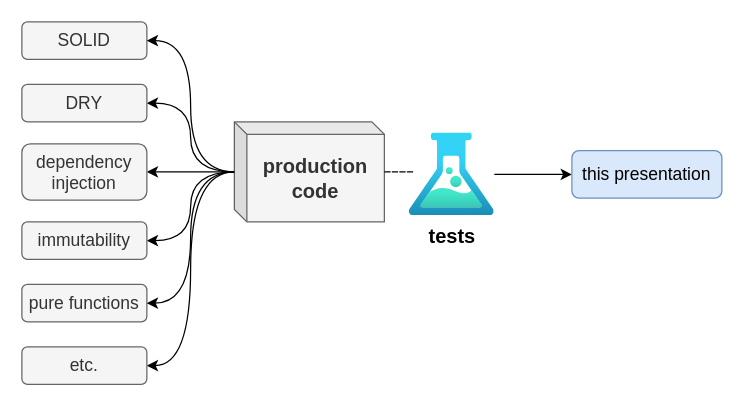
The draw.io diagram src/diagrams.drawio in cvmocanu/clean-tests-presentation, before the edit. Source tidied: cells renumbered, new cells numbered last; positions are measured from the earlier drawing's top-left corner, leaving out a move shared by most shapes. Both pictures are drawn from the tidied source at 125%, with x=0, y=0 at pixel (21, 21).
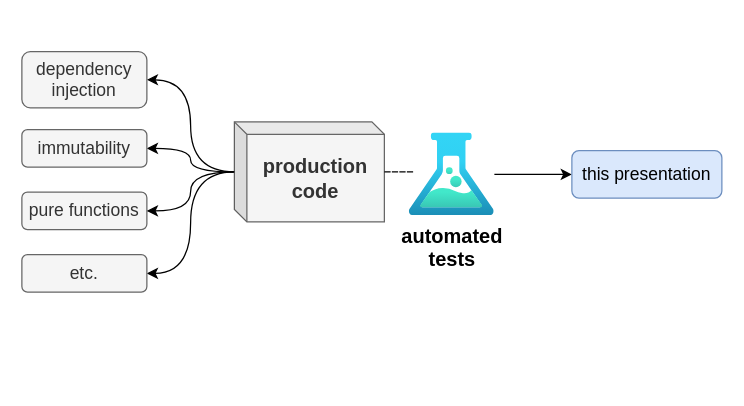
Above is the later version.

Change to the diagram source:
```diff
@@
 <mxGraphModel>
   <root>
     <mxCell id="0" />
     <mxCell id="1" parent="0" />
-    <mxCell id="2" style="edgeStyle=orthogonalEdgeStyle;rounded=0;jettySize=auto;html=1;curved=1;entryX=1;entryY=0.5;entryDx=0;entryDy=0;" parent="1" edge="1" source="6" target="14">
-      <mxGeometry relative="1" as="geometry" />
-    </mxCell>
     <mxCell id="3" style="edgeStyle=orthogonalEdgeStyle;rounded=0;jettySize=auto;html=1;curved=1;entryX=1;entryY=0.5;entryDx=0;entryDy=0;" parent="1" edge="1" source="6" target="12">
       <mxGeometry relative="1" as="geometry" />
     </mxCell>
     <mxCell id="4" style="edgeStyle=orthogonalEdgeStyle;rounded=0;jettySize=auto;html=1;curved=1;entryX=1;entryY=0.5;entryDx=0;entryDy=0;" parent="1" edge="1" source="6" target="13">
       <mxGeometry relative="1" as="geometry" />
     </mxCell>
     <mxCell id="5" style="edgeStyle=orthogonalEdgeStyle;rounded=0;jettySize=auto;html=1;entryX=1;entryY=0.5;entryDx=0;entryDy=0;curved=1;" parent="1" edge="1" source="6" target="18">
       <mxGeometry relative="1" as="geometry" />
     </mxCell>
     <mxCell id="6" value="&lt;b&gt;&lt;font style=&quot;font-size: 16px;&quot;&gt;production&lt;br&gt;code&lt;/font&gt;&lt;/b&gt;" style="shape=cube;whiteSpace=wrap;html=1;boundedLbl=1;backgroundOutline=1;darkOpacity=0.05;darkOpacity2=0.1;size=10;fillColor=#f5f5f5;strokeColor=#666666;fontColor=#333333;" parent="1" vertex="1">
       <mxGeometry x="170" y="80" width="120" height="80" as="geometry" />
     </mxCell>
     <mxCell id="7" style="edgeStyle=orthogonalEdgeStyle;rounded=0;jettySize=auto;html=1;entryX=0;entryY=0.5;entryDx=0;entryDy=0;" parent="1" edge="1" source="8" target="11">
       <mxGeometry relative="1" as="geometry" />
     </mxCell>
-    <mxCell id="8" value="&lt;font style=&quot;font-size: 16px;&quot;&gt;&lt;b&gt;tests&lt;/b&gt;&lt;/font&gt;" style="image;html=1;points=[];align=center;fontSize=12;image=img/lib/azure2/general/Load_Test.svg;" parent="1" vertex="1">
+    <mxCell id="8" value="&lt;font style=&quot;font-size: 16px;&quot;&gt;&lt;b&gt;automated&lt;br&gt;tests&lt;/b&gt;&lt;/font&gt;" style="image;html=1;points=[];align=center;fontSize=12;image=img/lib/azure2/general/Load_Test.svg;" parent="1" vertex="1">
       <mxGeometry x="310" y="89" width="68" height="66" as="geometry" />
     </mxCell>
     <mxCell id="9" style="edgeStyle=orthogonalEdgeStyle;rounded=0;jettySize=auto;html=1;exitX=0.044;exitY=0.47;exitDx=0;exitDy=0;exitPerimeter=0;endArrow=none;startFill=0;dashed=1;" parent="1" edge="1" source="8" target="6">
       <mxGeometry relative="1" as="geometry" />
     </mxCell>
-    <mxCell id="10" value="&lt;font style=&quot;font-size: 14px;&quot;&gt;SOLID&lt;/font&gt;" style="rounded=1;whiteSpace=wrap;html=1;fillColor=#f5f5f5;strokeColor=#666666;fontColor=#333333;" parent="1" vertex="1">
-      <mxGeometry width="100" height="30" as="geometry" />
-    </mxCell>
     <mxCell id="11" value="&lt;font style=&quot;font-size: 14px;&quot;&gt;this presentation&lt;/font&gt;" style="rounded=1;whiteSpace=wrap;html=1;fillColor=#dae8fc;strokeColor=#6c8ebf;" parent="1" vertex="1">
       <mxGeometry x="440" y="103" width="120" height="38" as="geometry" />
     </mxCell>
     <mxCell id="12" value="&lt;font style=&quot;font-size: 14px;&quot;&gt;dependency&lt;br&gt;injection&lt;/font&gt;" style="rounded=1;whiteSpace=wrap;html=1;fillColor=#f5f5f5;strokeColor=#666666;fontColor=#333333;" parent="1" vertex="1">
-      <mxGeometry y="97.5" width="100" height="45" as="geometry" />
+      <mxGeometry y="23.8" width="100" height="45" as="geometry" />
     </mxCell>
     <mxCell id="13" value="&lt;font style=&quot;font-size: 14px;&quot;&gt;immutability&lt;/font&gt;" style="rounded=1;whiteSpace=wrap;html=1;fillColor=#f5f5f5;strokeColor=#666666;fontColor=#333333;" parent="1" vertex="1">
-      <mxGeometry y="160" width="100" height="30" as="geometry" />
+      <mxGeometry y="86.2" width="100" height="30" as="geometry" />
     </mxCell>
-    <mxCell id="14" value="&lt;font style=&quot;font-size: 14px;&quot;&gt;DRY&lt;/font&gt;" style="rounded=1;whiteSpace=wrap;html=1;fillColor=#f5f5f5;strokeColor=#666666;fontColor=#333333;" parent="1" vertex="1">
-      <mxGeometry y="50" width="100" height="30" as="geometry" />
-    </mxCell>
-    <mxCell id="15" style="edgeStyle=orthogonalEdgeStyle;rounded=0;jettySize=auto;html=1;curved=1;entryX=1;entryY=0.5;entryDx=0;entryDy=0;" parent="1" edge="1" source="6" target="10">
-      <mxGeometry relative="1" as="geometry" />
-    </mxCell>
     <mxCell id="16" value="&lt;span style=&quot;font-size: 14px;&quot;&gt;pure functions&lt;/span&gt;" style="rounded=1;whiteSpace=wrap;html=1;fillColor=#f5f5f5;strokeColor=#666666;fontColor=#333333;" parent="1" vertex="1">
-      <mxGeometry y="210" width="100" height="30" as="geometry" />
+      <mxGeometry y="136.2" width="100" height="30" as="geometry" />
     </mxCell>
     <mxCell id="17" style="edgeStyle=orthogonalEdgeStyle;rounded=0;jettySize=auto;html=1;curved=1;entryX=1;entryY=0.5;entryDx=0;entryDy=0;" parent="1" edge="1" source="6" target="16">
       <mxGeometry relative="1" as="geometry" />
     </mxCell>
     <mxCell id="18" value="&lt;span style=&quot;font-size: 14px;&quot;&gt;etc.&lt;/span&gt;" style="rounded=1;whiteSpace=wrap;html=1;fillColor=#f5f5f5;strokeColor=#666666;fontColor=#333333;" parent="1" vertex="1">
-      <mxGeometry y="260" width="100" height="30" as="geometry" />
+      <mxGeometry y="186.2" width="100" height="30" as="geometry" />
     </mxCell>
   </root>
 </mxGraphModel>
```
